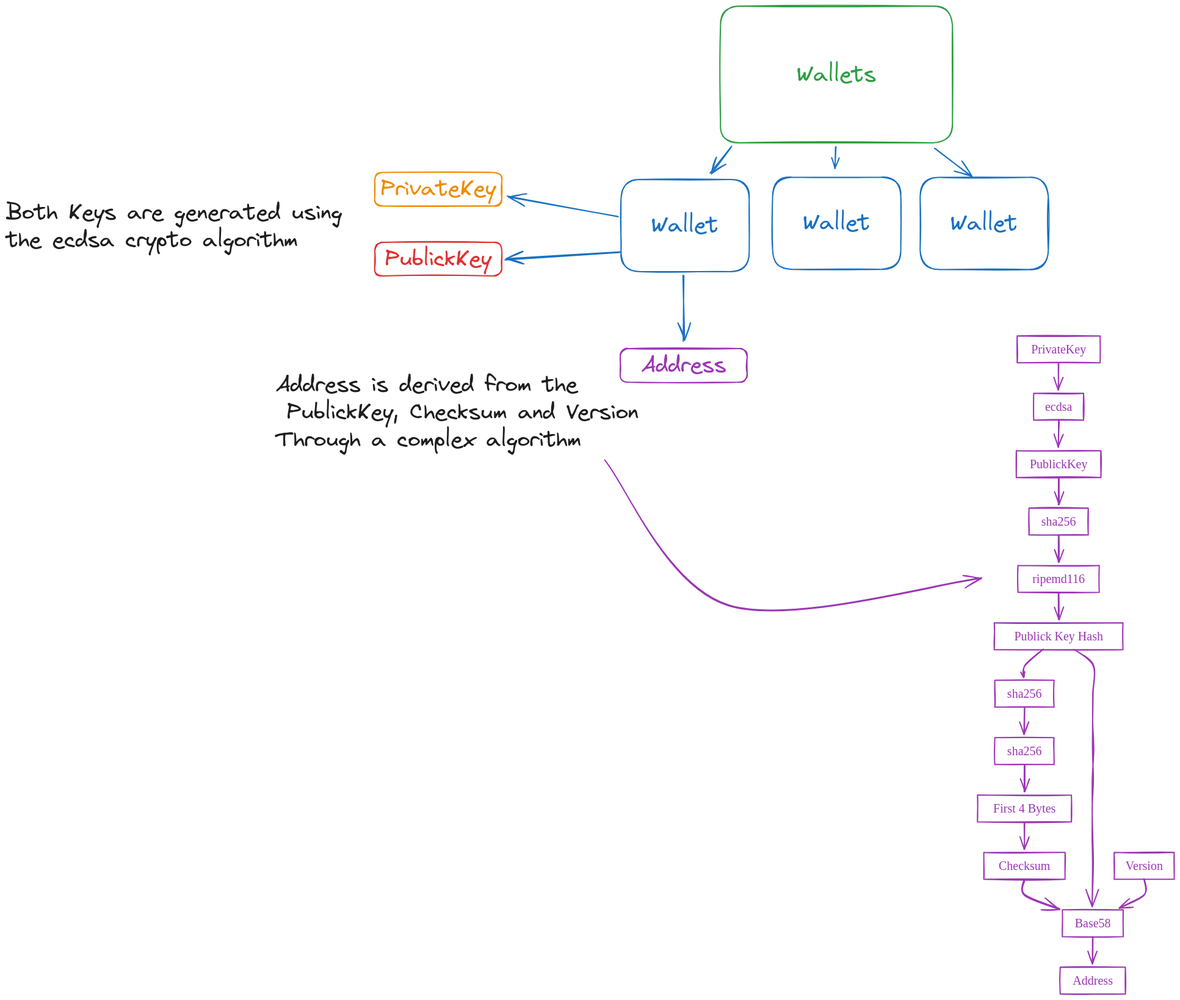
Before: docs/wallet.excalidraw.png, a diagram exported from Excalidraw (FattyMango/Blockchain). Source tidied: one line per element, renumbered; positions are measured from the earlier drawing's top-left corner, leaving out a move shared by most shapes.
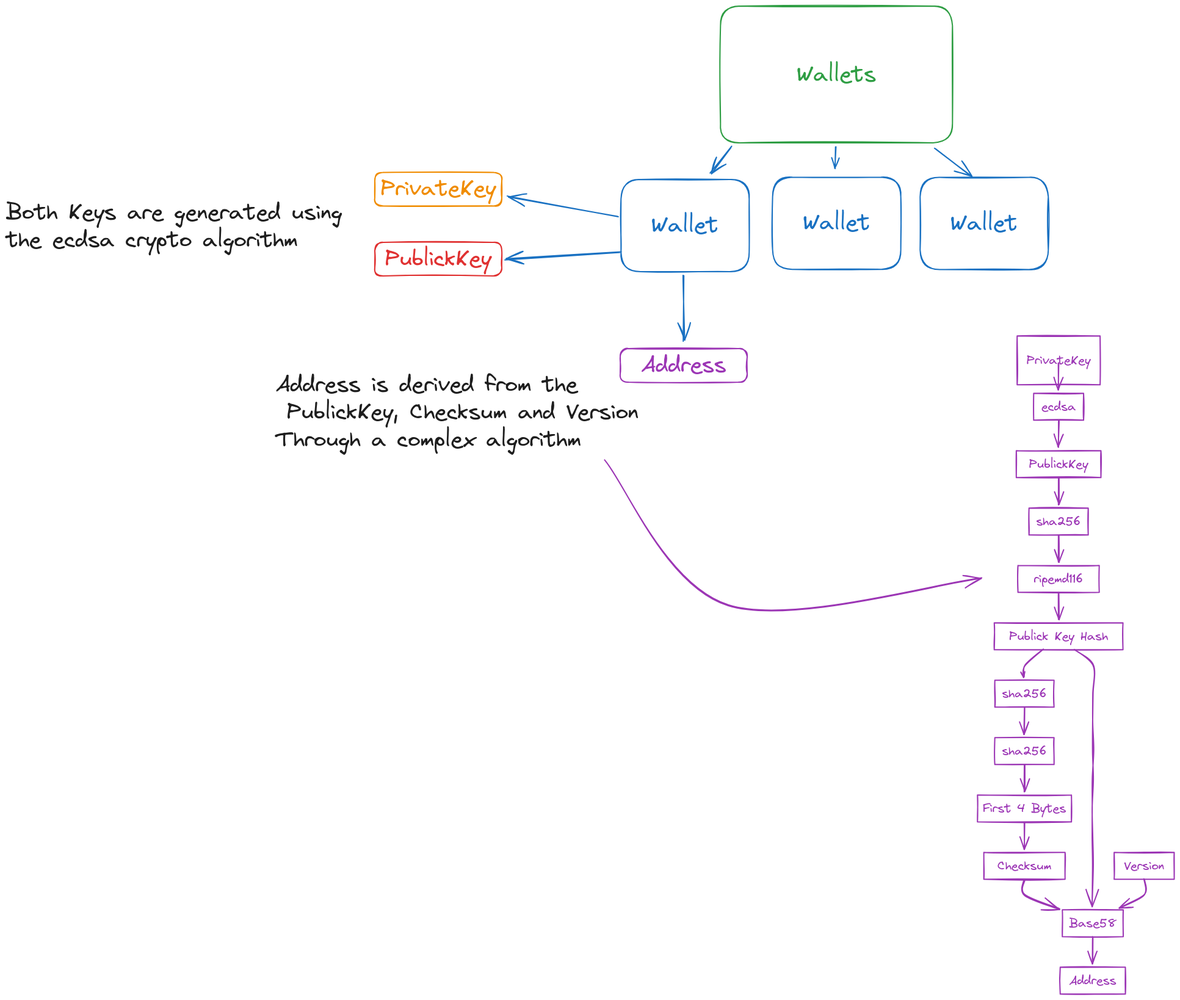
The same diagram one commit later.

Diff of the diagram source:
```diff
@@ -20,7 +20,7 @@
 {"id": 19, "type": "text", "text": "Address", "strokeColor": "#9c36b5", "strokeWidth": 2, "roughness": 1, "fontSize": 36, "fontFamily": 1, "textAlign": "center", "verticalAlign": "middle", "inside": 18, "x": 1041, "y": 566, "width": 139, "height": 45}
 {"id": 20, "type": "text", "text": "Both Keys are generated using \nthe ecdsa crypto algorithm", "strokeColor": "#1e1e1e", "strokeWidth": 2, "roughness": 1, "fontSize": 36, "fontFamily": 1, "x": 0, "y": 316, "width": 569, "height": 90}
 {"id": 21, "type": "text", "text": "Address is derived from the\n PublickKey, Checksum and Version\nThrough a complex algorithm", "strokeColor": "#1e1e1e", "strokeWidth": 2, "roughness": 1, "fontSize": 36, "fontFamily": 1, "x": 442, "y": 598, "width": 594, "height": 135}
-{"id": 22, "type": "rectangle", "strokeColor": "#9c36b5", "strokeWidth": 2, "roughness": 1, "x": 1656, "y": 540, "width": 136, "height": 44}
+{"id": 22, "type": "rectangle", "strokeColor": "#9c36b5", "strokeWidth": 2, "roughness": 1, "x": 1656, "y": 540, "width": 136, "height": 80}
 {"id": 23, "type": "rectangle", "strokeColor": "#9c36b5", "strokeWidth": 2, "roughness": 1, "x": 1683, "y": 634, "width": 82, "height": 44}
 {"id": 24, "type": "rectangle", "strokeColor": "#9c36b5", "strokeWidth": 2, "roughness": 1, "x": 1655, "y": 728, "width": 139, "height": 44}
 {"id": 25, "type": "rectangle", "strokeColor": "#9c36b5", "strokeWidth": 2, "roughness": 1, "x": 1676, "y": 822, "width": 97, "height": 44}
@@ -46,17 +46,17 @@
 {"id": 45, "type": "arrow", "strokeColor": "#9c36b5", "strokeWidth": 2, "roughness": 1, "endArrowhead": "arrow", "round": true, "from": 27, "to": 32, "x": 1750, "y": 1055, "width": 30, "height": 420, "points": [[0, 0], [30, 24], [30, 72], [30, 118], [30, 166], [30, 212], [30, 260], [30, 306], [30, 354], [30, 420]]}
 {"id": 46, "type": "arrow", "strokeColor": "#9c36b5", "strokeWidth": 2, "roughness": 1, "endArrowhead": "arrow", "round": true, "from": 33, "to": 32, "x": 1864, "y": 1431, "width": 40, "height": 46, "points": [[0, 0], [0, 24], [-39, 46]]}
 {"id": 47, "type": "arrow", "strokeColor": "#9c36b5", "strokeWidth": 2, "roughness": 1, "endArrowhead": "arrow", "round": true, "from": 32, "to": 34, "x": 1780, "y": 1525, "width": 0, "height": 44, "points": [[0, 0], [0, 44]]}
-{"id": 48, "type": "text", "text": "PrivateKey", "strokeColor": "#9c36b5", "strokeWidth": 2, "roughness": 1, "fontSize": 20, "fontFamily": 5, "textAlign": "center", "verticalAlign": "middle", "inside": 22, "x": 1679, "y": 550, "width": 90, "height": 25}
+{"id": 48, "type": "text", "text": "PrivateKey", "strokeColor": "#9c36b5", "strokeWidth": 2, "roughness": 1, "fontSize": 20, "fontFamily": 1, "textAlign": "center", "verticalAlign": "middle", "inside": 22, "x": 1672, "y": 568, "width": 105, "height": 25}
-{"id": 49, "type": "text", "text": "ecdsa", "strokeColor": "#9c36b5", "strokeWidth": 2, "roughness": 1, "fontSize": 20, "fontFamily": 5, "textAlign": "center", "verticalAlign": "middle", "inside": 23, "x": 1702, "y": 644, "width": 44, "height": 25}
+{"id": 49, "type": "text", "text": "ecdsa", "strokeColor": "#9c36b5", "strokeWidth": 2, "roughness": 1, "fontSize": 20, "fontFamily": 1, "textAlign": "center", "verticalAlign": "middle", "inside": 23, "x": 1696, "y": 644, "width": 57, "height": 25}
-{"id": 50, "type": "text", "text": "PublickKey", "strokeColor": "#9c36b5", "strokeWidth": 2, "roughness": 1, "fontSize": 20, "fontFamily": 5, "textAlign": "center", "verticalAlign": "middle", "inside": 24, "x": 1677, "y": 738, "width": 94, "height": 25}
+{"id": 50, "type": "text", "text": "PublickKey", "strokeColor": "#9c36b5", "strokeWidth": 2, "roughness": 1, "fontSize": 20, "fontFamily": 1, "textAlign": "center", "verticalAlign": "middle", "inside": 24, "x": 1676, "y": 738, "width": 97, "height": 25}
-{"id": 51, "type": "text", "text": "sha256", "strokeColor": "#9c36b5", "strokeWidth": 2, "roughness": 1, "fontSize": 20, "fontFamily": 5, "textAlign": "center", "verticalAlign": "middle", "inside": 25, "x": 1696, "y": 832, "width": 57, "height": 25}
+{"id": 51, "type": "text", "text": "sha256", "strokeColor": "#9c36b5", "strokeWidth": 2, "roughness": 1, "fontSize": 20, "fontFamily": 1, "textAlign": "center", "verticalAlign": "middle", "inside": 25, "x": 1687, "y": 832, "width": 73, "height": 25}
-{"id": 52, "type": "text", "text": "ripemd116", "strokeColor": "#9c36b5", "strokeWidth": 2, "roughness": 1, "fontSize": 20, "fontFamily": 5, "textAlign": "center", "verticalAlign": "middle", "inside": 26, "x": 1681, "y": 926, "width": 86, "height": 25}
+{"id": 52, "type": "text", "text": "ripemd116", "strokeColor": "#9c36b5", "strokeWidth": 2, "roughness": 1, "fontSize": 20, "fontFamily": 1, "textAlign": "center", "verticalAlign": "middle", "inside": 26, "x": 1683, "y": 926, "width": 81, "height": 25}
-{"id": 53, "type": "text", "text": "Publick Key Hash", "strokeColor": "#9c36b5", "strokeWidth": 2, "roughness": 1, "fontSize": 20, "fontFamily": 5, "textAlign": "center", "verticalAlign": "middle", "inside": 27, "x": 1651, "y": 1020, "width": 146, "height": 25}
+{"id": 53, "type": "text", "text": "Publick Key Hash", "strokeColor": "#9c36b5", "strokeWidth": 2, "roughness": 1, "fontSize": 20, "fontFamily": 1, "textAlign": "center", "verticalAlign": "middle", "inside": 27, "x": 1643, "y": 1020, "width": 162, "height": 25}
-{"id": 54, "type": "text", "text": "sha256", "strokeColor": "#9c36b5", "strokeWidth": 2, "roughness": 1, "fontSize": 20, "fontFamily": 5, "textAlign": "center", "verticalAlign": "middle", "inside": 28, "x": 1640, "y": 1114, "width": 57, "height": 25}
+{"id": 54, "type": "text", "text": "sha256", "strokeColor": "#9c36b5", "strokeWidth": 2, "roughness": 1, "fontSize": 20, "fontFamily": 1, "textAlign": "center", "verticalAlign": "middle", "inside": 28, "x": 1631, "y": 1114, "width": 73, "height": 25}
-{"id": 55, "type": "text", "text": "sha256", "strokeColor": "#9c36b5", "strokeWidth": 2, "roughness": 1, "fontSize": 20, "fontFamily": 5, "textAlign": "center", "verticalAlign": "middle", "inside": 29, "x": 1640, "y": 1208, "width": 57, "height": 25}
+{"id": 55, "type": "text", "text": "sha256", "strokeColor": "#9c36b5", "strokeWidth": 2, "roughness": 1, "fontSize": 20, "fontFamily": 1, "textAlign": "center", "verticalAlign": "middle", "inside": 29, "x": 1631, "y": 1208, "width": 73, "height": 25}
-{"id": 56, "type": "text", "text": "First 4 Bytes", "strokeColor": "#9c36b5", "strokeWidth": 2, "roughness": 1, "fontSize": 20, "fontFamily": 5, "textAlign": "center", "verticalAlign": "middle", "inside": 30, "x": 1617, "y": 1302, "width": 102, "height": 25}
+{"id": 56, "type": "text", "text": "First 4 Bytes", "strokeColor": "#9c36b5", "strokeWidth": 2, "roughness": 1, "fontSize": 20, "fontFamily": 1, "textAlign": "center", "verticalAlign": "middle", "inside": 30, "x": 1600, "y": 1302, "width": 136, "height": 25}
-{"id": 57, "type": "text", "text": "Checksum", "strokeColor": "#9c36b5", "strokeWidth": 2, "roughness": 1, "fontSize": 20, "fontFamily": 5, "textAlign": "center", "verticalAlign": "middle", "inside": 31, "x": 1626, "y": 1396, "width": 84, "height": 25}
+{"id": 57, "type": "text", "text": "Checksum", "strokeColor": "#9c36b5", "strokeWidth": 2, "roughness": 1, "fontSize": 20, "fontFamily": 1, "textAlign": "center", "verticalAlign": "middle", "inside": 31, "x": 1624, "y": 1396, "width": 88, "height": 25}
-{"id": 58, "type": "text", "text": "Base58", "strokeColor": "#9c36b5", "strokeWidth": 2, "roughness": 1, "fontSize": 20, "fontFamily": 5, "textAlign": "center", "verticalAlign": "middle", "inside": 32, "x": 1751, "y": 1490, "width": 59, "height": 25}
+{"id": 58, "type": "text", "text": "Base58", "strokeColor": "#9c36b5", "strokeWidth": 2, "roughness": 1, "fontSize": 20, "fontFamily": 1, "textAlign": "center", "verticalAlign": "middle", "inside": 32, "x": 1741, "y": 1490, "width": 77, "height": 25}
-{"id": 59, "type": "text", "text": "Version", "strokeColor": "#9c36b5", "strokeWidth": 2, "roughness": 1, "fontSize": 20, "fontFamily": 5, "textAlign": "center", "verticalAlign": "middle", "inside": 33, "x": 1834, "y": 1396, "width": 61, "height": 25}
+{"id": 59, "type": "text", "text": "Version", "strokeColor": "#9c36b5", "strokeWidth": 2, "roughness": 1, "fontSize": 20, "fontFamily": 1, "textAlign": "center", "verticalAlign": "middle", "inside": 33, "x": 1832, "y": 1396, "width": 66, "height": 25}
-{"id": 60, "type": "text", "text": "Address", "strokeColor": "#9c36b5", "strokeWidth": 2, "roughness": 1, "fontSize": 20, "fontFamily": 5, "textAlign": "center", "verticalAlign": "middle", "inside": 34, "x": 1747, "y": 1584, "width": 66, "height": 25}
+{"id": 60, "type": "text", "text": "Address", "strokeColor": "#9c36b5", "strokeWidth": 2, "roughness": 1, "fontSize": 20, "fontFamily": 1, "textAlign": "center", "verticalAlign": "middle", "inside": 34, "x": 1742, "y": 1584, "width": 77, "height": 25}
 {"id": 61, "type": "arrow", "strokeColor": "#9c36b5", "strokeWidth": 2, "roughness": 1, "endArrowhead": "arrow", "round": true, "from": 21, "x": 981, "y": 744, "width": 617, "height": 238, "points": [[0, 0], [203, 238], [617, 193]]}
```
